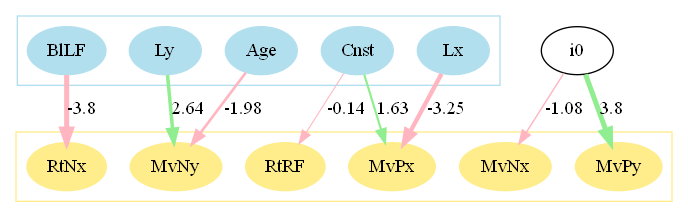
Before: reflex.tmp.gv.png, a diagram exported from Graphviz (rlsn/genetic-CA). Its source is kept beside it as reflex.tmp.gv.
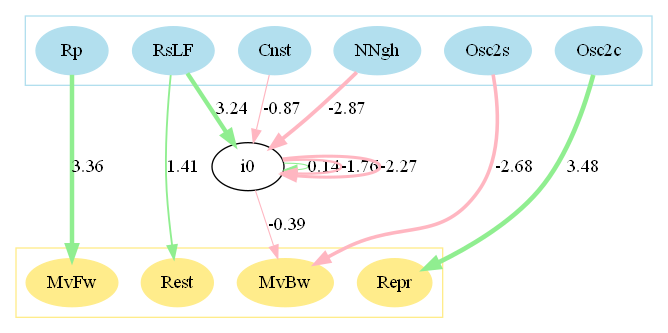
Above is the later version.

Change to the diagram source:
```diff
@@ -2,28 +2,30 @@
 	subgraph cluster_0 {
 		node [color=lightblue2 style=filled]
 		color=lightblue2
-		BlLF
-		Age
+		RsLF
+		Rp
 		Cnst
-		Lx
-		Ly
+		Osc2s
+		NNgh
+		Osc2c
 	}
 	subgraph cluster_1 {
 		node [color=lightgoldenrod1 style=filled]
 		color=lightgoldenrod1
-		RtNx
-		MvNy
-		MvPx
-		MvNx
-		RtRF
-		MvPy
+		Rest
+		MvFw
+		MvBw
+		Repr
 	}
-	BlLF -> RtNx [label=-3.8 color=lightpink penwidth=3.7978515625]
-	Age -> MvNy [label=-1.98 color=lightpink penwidth=1.9775390625]
-	Cnst -> MvPx [label=1.63 color=lightgreen penwidth=1.631103515625]
-	Lx -> MvPx [label=-3.25 color=lightpink penwidth=3.2528076171875]
-	Cnst -> RtRF [label=-0.14 color=lightpink penwidth=0.8]
-	Ly -> MvNy [label=2.64 color=lightgreen penwidth=2.6358642578125]
-	i0 -> MvNx [label=-1.08 color=lightpink penwidth=1.0780029296875]
-	i0 -> MvPy [label=3.8 color=lightgreen penwidth=3.79736328125]
+	RsLF -> Rest [label=1.41 color=lightgreen penwidth=1.4075927734375]
+	Rp -> MvFw [label=3.36 color=lightgreen penwidth=3.357421875]
+	Osc2s -> MvBw [label=-2.68 color=lightpink penwidth=2.6796875]
+	Osc2c -> Repr [label=3.48 color=lightgreen penwidth=3.4844970703125]
+	RsLF -> i0 [label=3.24 color=lightgreen penwidth=3.2430419921875]
+	Cnst -> i0 [label=-0.87 color=lightpink penwidth=0.86767578125]
+	NNgh -> i0 [label=-2.87 color=lightpink penwidth=2.8736572265625]
+	i0 -> i0 [label=0.14 color=lightgreen penwidth=0.8]
+	i0 -> i0 [label=-1.76 color=lightpink penwidth=1.7584228515625]
+	i0 -> i0 [label=-2.27 color=lightpink penwidth=2.270751953125]
+	i0 -> MvBw [label=-0.39 color=lightpink penwidth=0.8]
 }
```
